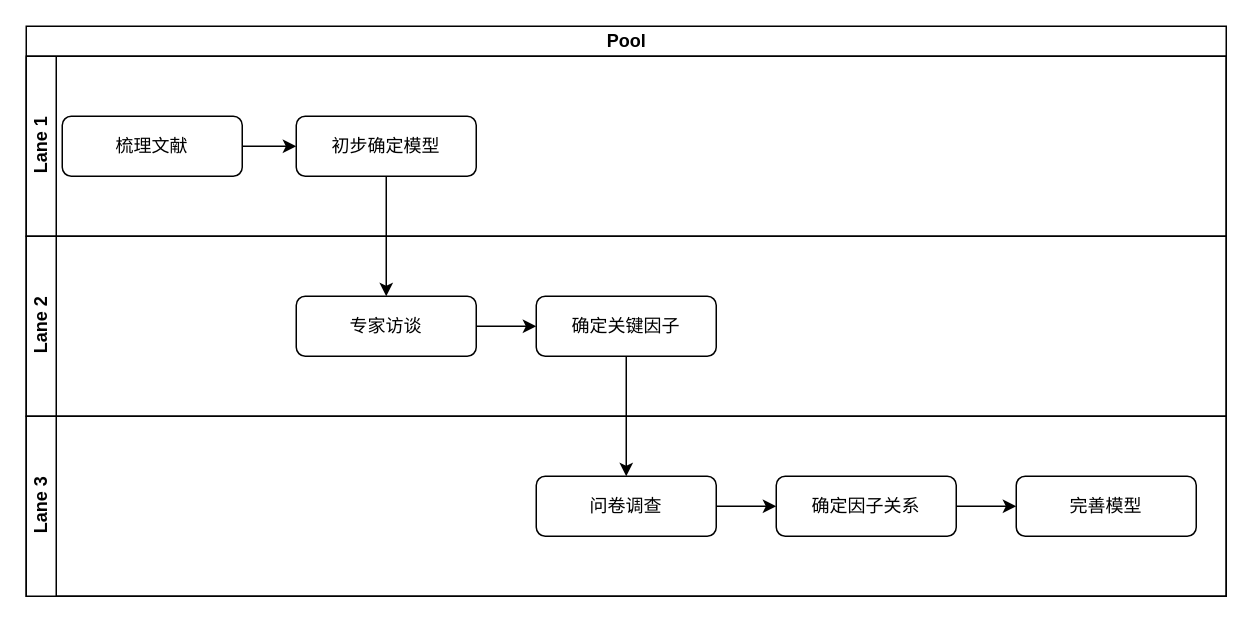
Before: 未命名绘图.drawio in guzhenhuaGitHub/draw_io, a draw.io diagram. Source tidied: cells renumbered, new cells numbered last; positions are measured from the earlier drawing's top-left corner, leaving out a move shared by most shapes. Both pictures are drawn from the tidied source at 150%, with x=0, y=0 at pixel (26, 26).
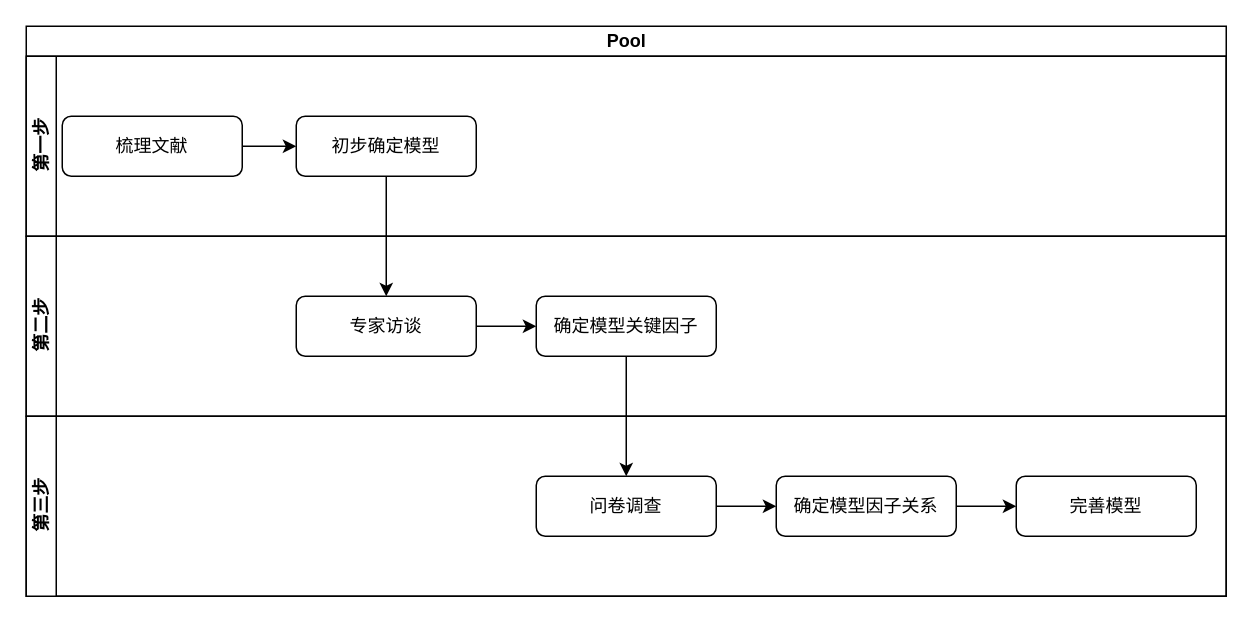
The same page after the edit.

Commit message (it also covers changes not shown here):
研究思路泳道图.drawio

The edit, as a diff of the source:
```diff
@@
 <mxGraphModel>
   <root>
     <mxCell id="0" />
     <mxCell id="1" parent="0" />
     <mxCell id="2" value="Pool" style="swimlane;horizontal=1;startSize=20;html=1;" parent="1" vertex="1">
       <mxGeometry width="800" height="380" as="geometry" />
     </mxCell>
-    <mxCell id="3" value="Lane 1" style="swimlane;startSize=20;horizontal=0;html=1;" parent="2" vertex="1">
+    <mxCell id="3" value="第一步" style="swimlane;startSize=20;horizontal=0;html=1;" parent="2" vertex="1">
       <mxGeometry y="20" width="800" height="120" as="geometry" />
     </mxCell>
     <mxCell id="4" value="梳理文献" style="rounded=1;whiteSpace=wrap;html=1;fontSize=12;glass=0;strokeWidth=1;shadow=0;" parent="3" vertex="1">
       <mxGeometry x="24" y="40" width="120" height="40" as="geometry" />
     </mxCell>
     <mxCell id="5" value="初步确定模型" style="rounded=1;whiteSpace=wrap;html=1;fontSize=12;glass=0;strokeWidth=1;shadow=0;" parent="3" vertex="1">
       <mxGeometry x="180" y="40" width="120" height="40" as="geometry" />
     </mxCell>
     <mxCell id="6" style="endArrow=classic;html=1;rounded=0;exitX=1;exitY=0.5;exitDx=0;exitDy=0;entryX=0;entryY=0.5;entryDx=0;entryDy=0;" parent="3" edge="1" source="4" target="5">
       <mxGeometry relative="1" as="geometry" />
     </mxCell>
-    <mxCell id="7" value="Lane 2" style="swimlane;startSize=20;horizontal=0;html=1;" parent="2" vertex="1">
+    <mxCell id="7" value="第二步" style="swimlane;startSize=20;horizontal=0;html=1;" parent="2" vertex="1">
       <mxGeometry y="140" width="800" height="120" as="geometry" />
     </mxCell>
     <mxCell id="8" style="edgeStyle=orthogonalEdgeStyle;rounded=0;jettySize=auto;html=1;exitX=1;exitY=0.5;exitDx=0;exitDy=0;entryX=0;entryY=0.5;entryDx=0;entryDy=0;" parent="7" edge="1" source="9" target="10">
       <mxGeometry relative="1" as="geometry" />
     </mxCell>
     <mxCell id="9" value="专家访谈" style="rounded=1;whiteSpace=wrap;html=1;fontSize=12;glass=0;strokeWidth=1;shadow=0;" parent="7" vertex="1">
       <mxGeometry x="180" y="40" width="120" height="40" as="geometry" />
     </mxCell>
-    <mxCell id="10" value="确定关键因子" style="rounded=1;whiteSpace=wrap;html=1;fontSize=12;glass=0;strokeWidth=1;shadow=0;" parent="7" vertex="1">
+    <mxCell id="10" value="确定模型关键因子" style="rounded=1;whiteSpace=wrap;html=1;fontSize=12;glass=0;strokeWidth=1;shadow=0;" parent="7" vertex="1">
       <mxGeometry x="340" y="40" width="120" height="40" as="geometry" />
     </mxCell>
-    <mxCell id="11" value="Lane 3" style="swimlane;startSize=20;horizontal=0;html=1;" parent="2" vertex="1">
+    <mxCell id="11" value="第三步" style="swimlane;startSize=20;horizontal=0;html=1;" parent="2" vertex="1">
       <mxGeometry y="260" width="800" height="120" as="geometry" />
     </mxCell>
     <mxCell id="12" style="edgeStyle=orthogonalEdgeStyle;rounded=0;jettySize=auto;html=1;" parent="11" edge="1" source="13" target="15">
       <mxGeometry relative="1" as="geometry" />
     </mxCell>
     <mxCell id="13" value="问卷调查" style="rounded=1;whiteSpace=wrap;html=1;fontSize=12;glass=0;strokeWidth=1;shadow=0;" parent="11" vertex="1">
       <mxGeometry x="340" y="40" width="120" height="40" as="geometry" />
     </mxCell>
     <mxCell id="14" style="edgeStyle=orthogonalEdgeStyle;rounded=0;jettySize=auto;html=1;" parent="11" edge="1" source="15" target="16">
       <mxGeometry relative="1" as="geometry" />
     </mxCell>
-    <mxCell id="15" value="确定因子关系" style="rounded=1;whiteSpace=wrap;html=1;fontSize=12;glass=0;strokeWidth=1;shadow=0;" parent="11" vertex="1">
+    <mxCell id="15" value="确定模型因子关系" style="rounded=1;whiteSpace=wrap;html=1;fontSize=12;glass=0;strokeWidth=1;shadow=0;" parent="11" vertex="1">
       <mxGeometry x="500" y="40" width="120" height="40" as="geometry" />
     </mxCell>
     <mxCell id="16" value="完善模型" style="rounded=1;whiteSpace=wrap;html=1;fontSize=12;glass=0;strokeWidth=1;shadow=0;" parent="11" vertex="1">
       <mxGeometry x="660" y="40" width="120" height="40" as="geometry" />
     </mxCell>
     <mxCell id="17" style="edgeStyle=orthogonalEdgeStyle;rounded=0;jettySize=auto;html=1;exitX=0.5;exitY=1;exitDx=0;exitDy=0;entryX=0.5;entryY=0;entryDx=0;entryDy=0;" parent="2" edge="1" source="5" target="9">
       <mxGeometry relative="1" as="geometry" />
     </mxCell>
     <mxCell id="18" style="edgeStyle=orthogonalEdgeStyle;rounded=0;jettySize=auto;html=1;exitX=0.5;exitY=1;exitDx=0;exitDy=0;entryX=0.5;entryY=0;entryDx=0;entryDy=0;" parent="2" edge="1" source="10" target="13">
       <mxGeometry relative="1" as="geometry" />
     </mxCell>
   </root>
 </mxGraphModel>
```
